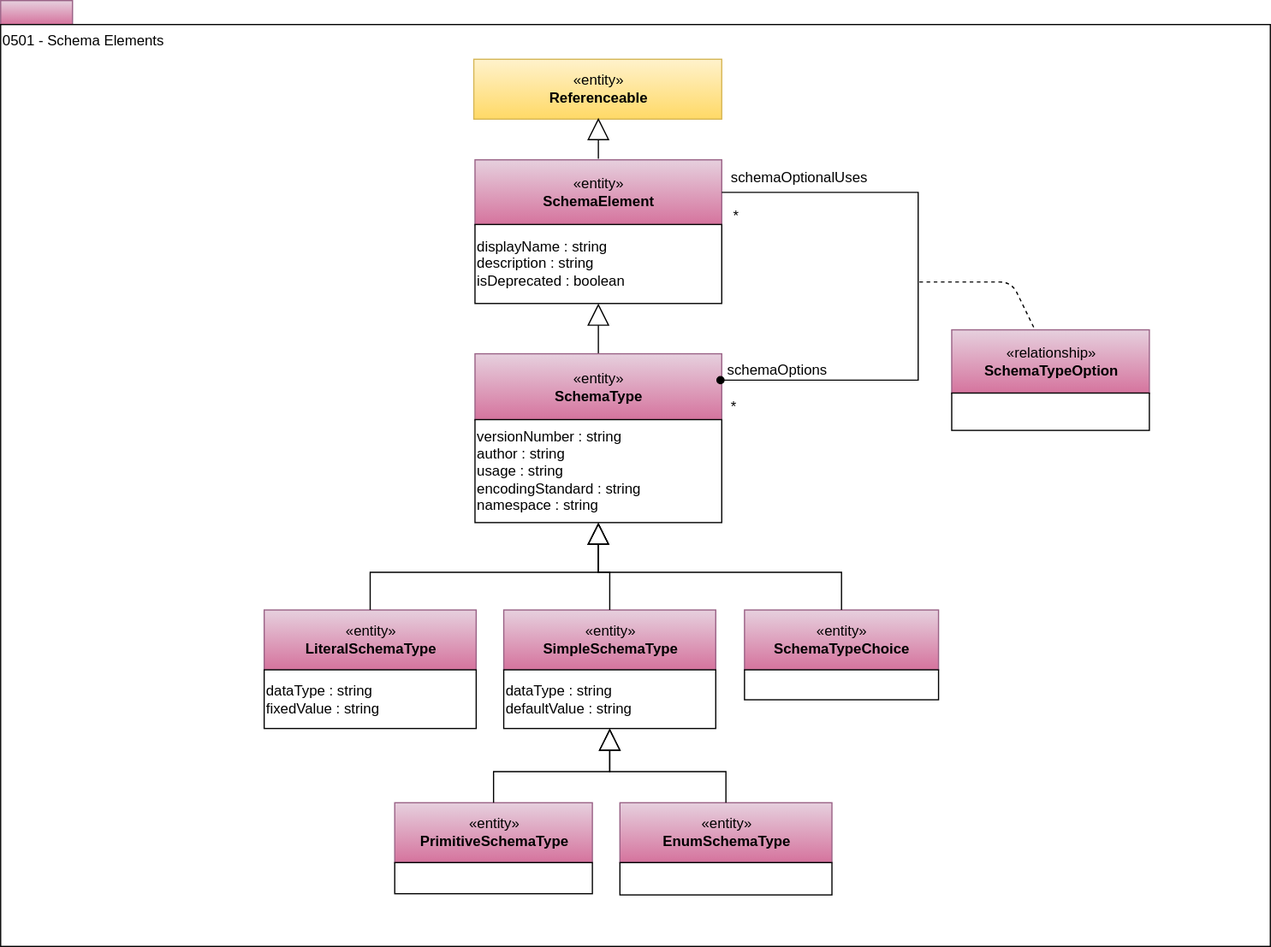
This is site/docs/types/5/0501-Schema-Elements.svg from odpi/egeria-docs, a draw.io export, as it was before one commit. Source tidied: cells renumbered, new cells last; positions are measured from the earlier drawing's top-left corner, leaving out a move shared by most shapes.
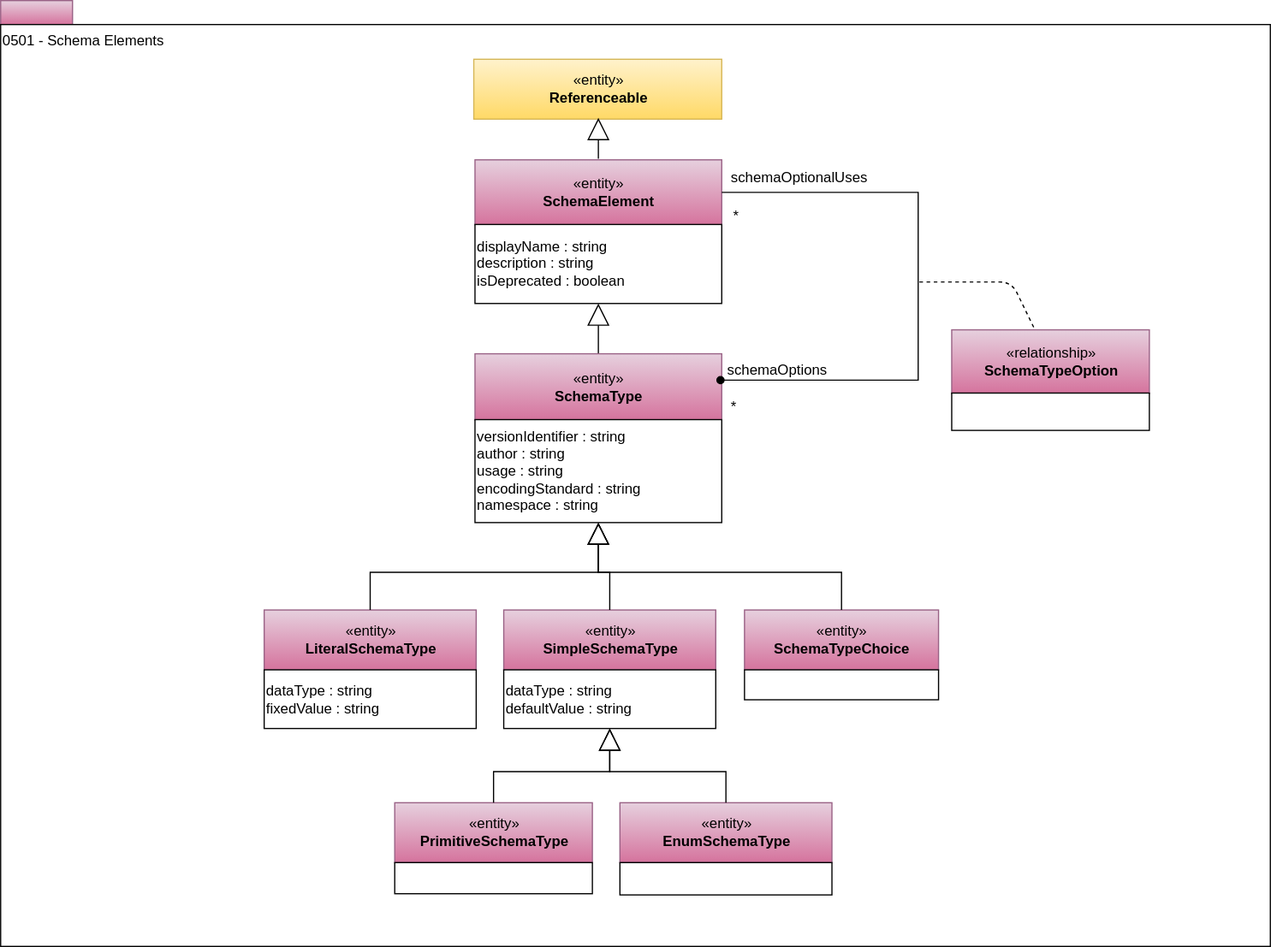
The same diagram one commit later.

What changed in the source:
```diff
@@ -114,7 +114,7 @@
     <mxCell id="35" value="«entity»&lt;br&gt;&lt;b&gt;SchemaType&lt;/b&gt;" style="html=1;strokeColor=#996185;align=center;fillColor=#e6d0de;gradientColor=#d5739d;" parent="1" vertex="1">
       <mxGeometry x="396" y="295" width="206" height="55.4" as="geometry" />
     </mxCell>
-    <mxCell id="36" value="versionNumber : string&lt;br&gt;author : string&lt;br&gt;usage : string&lt;br&gt;encodingStandard : string&lt;br&gt;namespace : string&lt;br&gt;&lt;div style=&quot;text-align: left&quot;&gt;&lt;/div&gt;" style="rounded=0;whiteSpace=wrap;html=1;strokeColor=#000000;gradientColor=#ffffff;align=left;" parent="1" vertex="1">
+    <mxCell id="36" value="versionIdentifier : string&lt;br&gt;author : string&lt;br&gt;usage : string&lt;br&gt;encodingStandard : string&lt;br&gt;namespace : string&lt;br&gt;&lt;div style=&quot;text-align: left&quot;&gt;&lt;/div&gt;" style="rounded=0;whiteSpace=wrap;html=1;strokeColor=#000000;gradientColor=#ffffff;align=left;" parent="1" vertex="1">
       <mxGeometry x="396" y="350" width="206" height="86" as="geometry" />
     </mxCell>
     <mxCell id="37" value="«entity»&lt;br&gt;&lt;b&gt;SchemaElement&lt;/b&gt;" style="html=1;strokeColor=#996185;align=center;fillColor=#e6d0de;gradientColor=#d5739d;" parent="1" vertex="1">
```
